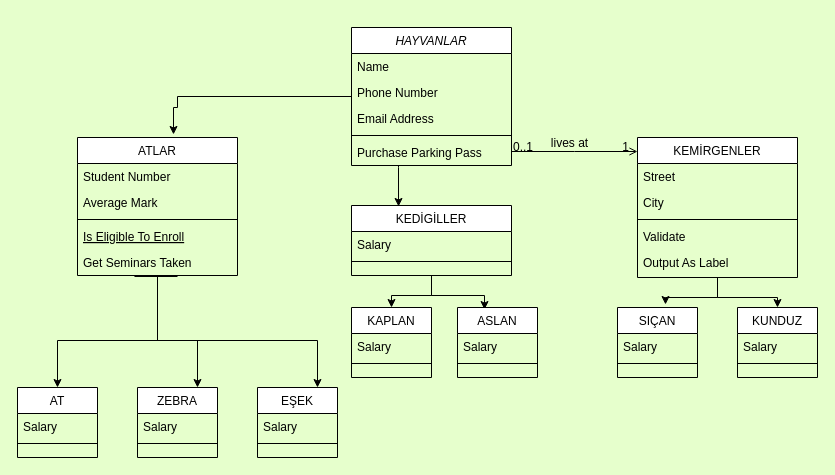
Before: Başlıksız Diyagram.drawio in zehraCoskun/oop-odevleri, a draw.io diagram. Source tidied: cells renumbered, new cells numbered last; positions are measured from the earlier drawing's top-left corner, leaving out a move shared by most shapes. Both pictures are drawn from the tidied source at 100%, with x=0, y=0 at pixel (17, 27).
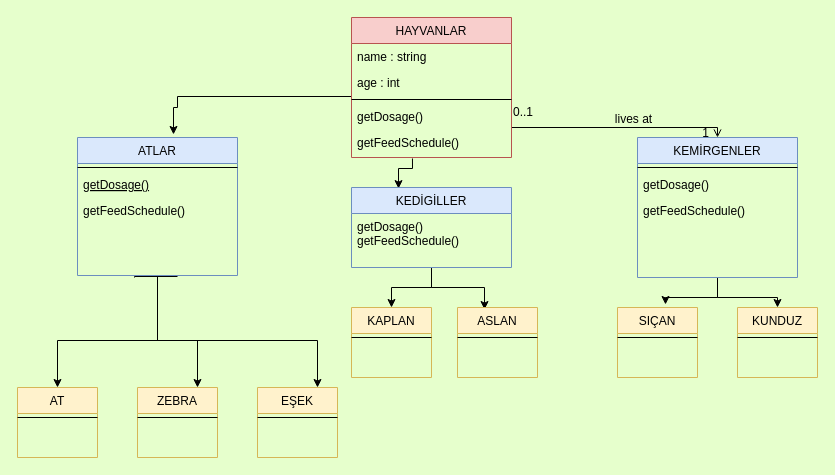
Above is the later version.

Change to the diagram source:
```diff
@@
-    <mxCell id="2" style="edgeStyle=orthogonalEdgeStyle;rounded=0;jettySize=auto;html=1;entryX=0.294;entryY=0.014;entryDx=0;entryDy=0;entryPerimeter=0;" parent="1" edge="1" source="4" target="21">
+    <mxCell id="2" style="edgeStyle=orthogonalEdgeStyle;rounded=0;jettySize=auto;html=1;entryX=0.294;entryY=0.014;entryDx=0;entryDy=0;entryPerimeter=0;exitX=0.381;exitY=1.115;exitDx=0;exitDy=0;exitPerimeter=0;" parent="1" edge="1" source="61" target="21">
       <mxGeometry relative="1" as="geometry">
         <Array as="points">
-          <mxPoint x="381" y="140" />
-          <mxPoint x="381" y="140" />
+          <mxPoint x="381" y="141" />
         </Array>
       </mxGeometry>
     </mxCell>
-    <mxCell id="3" style="edgeStyle=orthogonalEdgeStyle;rounded=0;jettySize=auto;html=1;entryX=0.6;entryY=-0.022;entryDx=0;entryDy=0;entryPerimeter=0;" parent="1" edge="1" source="4" target="13">
+    <mxCell id="3" style="edgeStyle=orthogonalEdgeStyle;rounded=0;jettySize=auto;html=1;entryX=0.6;entryY=-0.022;entryDx=0;entryDy=0;entryPerimeter=0;" parent="1" edge="1" target="13">
       <mxGeometry relative="1" as="geometry">
+        <mxPoint x="334" y="69" as="sourcePoint" />
         <Array as="points">
           <mxPoint x="160" y="69" />
           <mxPoint x="160" y="80" />
           <mxPoint x="156" y="80" />
         </Array>
       </mxGeometry>
     </mxCell>
-    <mxCell id="4" value="HAYVANLAR" style="swimlane;fontStyle=2;align=center;verticalAlign=top;horizontal=1;startSize=26;rounded=0;shadow=0;strokeWidth=1;" parent="1" vertex="1">
-      <mxGeometry x="334" width="160" height="138" as="geometry" />
-    </mxCell>
-    <mxCell id="5" value="Name" style="text;align=left;verticalAlign=top;spacingLeft=4;spacingRight=4;overflow=hidden;" parent="4" vertex="1">
-      <mxGeometry y="26" width="160" height="26" as="geometry" />
-    </mxCell>
-    <mxCell id="6" value="Phone Number" style="text;align=left;verticalAlign=top;spacingLeft=4;spacingRight=4;overflow=hidden;rounded=0;shadow=0;html=0;" parent="4" vertex="1">
-      <mxGeometry y="52" width="160" height="26" as="geometry" />
-    </mxCell>
-    <mxCell id="7" value="Email Address" style="text;align=left;verticalAlign=top;spacingLeft=4;spacingRight=4;overflow=hidden;rounded=0;shadow=0;html=0;" parent="4" vertex="1">
-      <mxGeometry y="78" width="160" height="26" as="geometry" />
-    </mxCell>
-    <mxCell id="8" style="line;html=1;strokeWidth=1;align=left;verticalAlign=middle;spacingTop=-1;spacingLeft=3;spacingRight=3;labelPosition=right;" parent="4" vertex="1">
-      <mxGeometry y="104" width="160" height="8" as="geometry" />
-    </mxCell>
-    <mxCell id="9" value="Purchase Parking Pass" style="text;align=left;verticalAlign=top;spacingLeft=4;spacingRight=4;overflow=hidden;" parent="4" vertex="1">
-      <mxGeometry y="112" width="160" height="26" as="geometry" />
-    </mxCell>
@@
-    <mxCell id="11" style="edgeStyle=orthogonalEdgeStyle;rounded=0;jettySize=auto;html=1;entryX=0.75;entryY=0;entryDx=0;entryDy=0;exitX=0.356;exitY=1.038;exitDx=0;exitDy=0;exitPerimeter=0;" parent="1" edge="1" source="18" target="39">
+    <mxCell id="11" style="edgeStyle=orthogonalEdgeStyle;rounded=0;jettySize=auto;html=1;entryX=0.75;entryY=0;entryDx=0;entryDy=0;" parent="1" edge="1" target="39">
       <mxGeometry relative="1" as="geometry">
+        <mxPoint x="117" y="250" as="sourcePoint" />
         <Array as="points">
           <mxPoint x="140" y="249" />
           <mxPoint x="140" y="313" />
           <mxPoint x="180" y="313" />
         </Array>
       </mxGeometry>
     </mxCell>
-    <mxCell id="12" style="edgeStyle=orthogonalEdgeStyle;rounded=0;jettySize=auto;html=1;entryX=0.75;entryY=0;entryDx=0;entryDy=0;exitX=0.625;exitY=1.038;exitDx=0;exitDy=0;exitPerimeter=0;" parent="1" edge="1" source="18" target="42">
+    <mxCell id="12" style="edgeStyle=orthogonalEdgeStyle;rounded=0;jettySize=auto;html=1;entryX=0.75;entryY=0;entryDx=0;entryDy=0;" parent="1" edge="1" target="42">
       <mxGeometry relative="1" as="geometry">
+        <mxPoint x="160" y="249" as="sourcePoint" />
         <Array as="points">
           <mxPoint x="140" y="249" />
           <mxPoint x="140" y="313" />
           <mxPoint x="300" y="313" />
         </Array>
       </mxGeometry>
     </mxCell>
-    <mxCell id="13" value="ATLAR" style="swimlane;fontStyle=0;align=center;verticalAlign=top;horizontal=1;startSize=26;rounded=0;shadow=0;strokeWidth=1;" parent="1" vertex="1">
+    <mxCell id="13" value="ATLAR" style="swimlane;fontStyle=0;align=center;verticalAlign=top;horizontal=1;startSize=26;rounded=0;shadow=0;strokeWidth=1;fillColor=#dae8fc;strokeColor=#6c8ebf;" parent="1" vertex="1">
       <mxGeometry x="60" y="110" width="160" height="138" as="geometry" />
     </mxCell>
-    <mxCell id="14" value="Student Number" style="text;align=left;verticalAlign=top;spacingLeft=4;spacingRight=4;overflow=hidden;" parent="13" vertex="1">
-      <mxGeometry y="26" width="160" height="26" as="geometry" />
-    </mxCell>
-    <mxCell id="15" value="Average Mark" style="text;align=left;verticalAlign=top;spacingLeft=4;spacingRight=4;overflow=hidden;rounded=0;shadow=0;html=0;" parent="13" vertex="1">
-      <mxGeometry y="52" width="160" height="26" as="geometry" />
-    </mxCell>
     <mxCell id="16" style="line;html=1;strokeWidth=1;align=left;verticalAlign=middle;spacingTop=-1;spacingLeft=3;spacingRight=3;labelPosition=right;" parent="13" vertex="1">
-      <mxGeometry y="78" width="160" height="8" as="geometry" />
+      <mxGeometry y="26" width="160" height="8" as="geometry" />
     </mxCell>
-    <mxCell id="17" value="Is Eligible To Enroll" style="text;align=left;verticalAlign=top;spacingLeft=4;spacingRight=4;overflow=hidden;fontStyle=4;" parent="13" vertex="1">
-      <mxGeometry y="86" width="160" height="26" as="geometry" />
+    <mxCell id="17" value="getDosage()" style="text;align=left;verticalAlign=top;spacingLeft=4;spacingRight=4;overflow=hidden;fontStyle=4;" parent="13" vertex="1">
+      <mxGeometry y="34" width="160" height="26" as="geometry" />
     </mxCell>
-    <mxCell id="18" value="Get Seminars Taken" style="text;align=left;verticalAlign=top;spacingLeft=4;spacingRight=4;overflow=hidden;points=[[0,0.5],[1,0.5]];portConstraint=eastwest;" parent="13" vertex="1">
-      <mxGeometry y="112" width="160" height="26" as="geometry" />
+    <mxCell id="18" value="getFeedSchedule()" style="text;align=left;verticalAlign=top;spacingLeft=4;spacingRight=4;overflow=hidden;points=[[0,0.5],[1,0.5]];portConstraint=eastwest;" parent="13" vertex="1">
+      <mxGeometry y="60" width="160" height="26" as="geometry" />
     </mxCell>
@@
-    <mxCell id="21" value="KEDİGİLLER" style="swimlane;fontStyle=0;align=center;verticalAlign=top;horizontal=1;startSize=26;rounded=0;shadow=0;strokeWidth=1;" parent="1" vertex="1">
-      <mxGeometry x="334" y="178" width="160" height="70" as="geometry" />
+    <mxCell id="21" value="KEDİGİLLER" style="swimlane;fontStyle=0;align=center;verticalAlign=top;horizontal=1;startSize=26;rounded=0;shadow=0;strokeWidth=1;fillColor=#dae8fc;strokeColor=#6c8ebf;" parent="1" vertex="1">
+      <mxGeometry x="334" y="160" width="160" height="80" as="geometry" />
     </mxCell>
-    <mxCell id="22" value="Salary" style="text;align=left;verticalAlign=top;spacingLeft=4;spacingRight=4;overflow=hidden;" parent="21" vertex="1">
-      <mxGeometry y="26" width="160" height="26" as="geometry" />
+    <mxCell id="22" value="getDosage()&#10;getFeedSchedule()" style="text;align=left;verticalAlign=top;spacingLeft=4;spacingRight=4;overflow=hidden;" parent="21" vertex="1">
+      <mxGeometry y="26" width="160" height="44" as="geometry" />
     </mxCell>
-    <mxCell id="23" style="line;html=1;strokeWidth=1;align=left;verticalAlign=middle;spacingTop=-1;spacingLeft=3;spacingRight=3;labelPosition=right;" parent="21" vertex="1">
-      <mxGeometry y="52" width="160" height="8" as="geometry" />
-    </mxCell>
@@
-    <mxCell id="26" value="KEMİRGENLER" style="swimlane;fontStyle=0;align=center;verticalAlign=top;horizontal=1;startSize=26;rounded=0;shadow=0;strokeWidth=1;" parent="1" vertex="1">
+    <mxCell id="26" value="KEMİRGENLER" style="swimlane;fontStyle=0;align=center;verticalAlign=top;horizontal=1;startSize=26;rounded=0;shadow=0;strokeWidth=1;fillColor=#dae8fc;strokeColor=#6c8ebf;" parent="1" vertex="1">
       <mxGeometry x="620" y="110" width="160" height="140" as="geometry" />
     </mxCell>
-    <mxCell id="27" value="Street" style="text;align=left;verticalAlign=top;spacingLeft=4;spacingRight=4;overflow=hidden;" parent="26" vertex="1">
-      <mxGeometry y="26" width="160" height="26" as="geometry" />
-    </mxCell>
-    <mxCell id="28" value="City" style="text;align=left;verticalAlign=top;spacingLeft=4;spacingRight=4;overflow=hidden;rounded=0;shadow=0;html=0;" parent="26" vertex="1">
-      <mxGeometry y="52" width="160" height="26" as="geometry" />
-    </mxCell>
     <mxCell id="29" style="line;html=1;strokeWidth=1;align=left;verticalAlign=middle;spacingTop=-1;spacingLeft=3;spacingRight=3;labelPosition=right;" parent="26" vertex="1">
-      <mxGeometry y="78" width="160" height="8" as="geometry" />
+      <mxGeometry y="26" width="160" height="8" as="geometry" />
     </mxCell>
-    <mxCell id="30" value="Validate" style="text;align=left;verticalAlign=top;spacingLeft=4;spacingRight=4;overflow=hidden;" parent="26" vertex="1">
-      <mxGeometry y="86" width="160" height="26" as="geometry" />
+    <mxCell id="30" value="getDosage()" style="text;align=left;verticalAlign=top;spacingLeft=4;spacingRight=4;overflow=hidden;" parent="26" vertex="1">
+      <mxGeometry y="34" width="160" height="26" as="geometry" />
     </mxCell>
-    <mxCell id="31" value="Output As Label" style="text;align=left;verticalAlign=top;spacingLeft=4;spacingRight=4;overflow=hidden;" parent="26" vertex="1">
-      <mxGeometry y="112" width="160" height="26" as="geometry" />
+    <mxCell id="31" value="getFeedSchedule()" style="text;align=left;verticalAlign=top;spacingLeft=4;spacingRight=4;overflow=hidden;" parent="26" vertex="1">
+      <mxGeometry y="60" width="160" height="26" as="geometry" />
     </mxCell>
-    <mxCell id="32" style="endArrow=open;shadow=0;strokeWidth=1;rounded=0;endFill=1;edgeStyle=elbowEdgeStyle;elbow=vertical;" parent="1" edge="1" source="4" target="26">
+    <mxCell id="32" style="endArrow=open;shadow=0;strokeWidth=1;rounded=0;endFill=1;edgeStyle=elbowEdgeStyle;elbow=vertical;exitX=1;exitY=0.5;exitDx=0;exitDy=0;" parent="1" edge="1" source="60" target="26">
       <mxGeometry x="0.5" y="41" relative="1" as="geometry">
         <mxPoint x="-40" y="32" as="offset" />
       </mxGeometry>
     </mxCell>
@@
-    <mxCell id="36" value="AT" style="swimlane;fontStyle=0;align=center;verticalAlign=top;horizontal=1;startSize=26;rounded=0;shadow=0;strokeWidth=1;" parent="1" vertex="1">
+    <mxCell id="36" value="AT" style="swimlane;fontStyle=0;align=center;verticalAlign=top;horizontal=1;startSize=26;rounded=0;shadow=0;strokeWidth=1;fillColor=#fff2cc;strokeColor=#d6b656;" parent="1" vertex="1">
       <mxGeometry y="360" width="80" height="70" as="geometry" />
     </mxCell>
-    <mxCell id="37" value="Salary" style="text;align=left;verticalAlign=top;spacingLeft=4;spacingRight=4;overflow=hidden;" parent="36" vertex="1">
-      <mxGeometry y="26" width="80" height="26" as="geometry" />
-    </mxCell>
     <mxCell id="38" style="line;html=1;strokeWidth=1;align=left;verticalAlign=middle;spacingTop=-1;spacingLeft=3;spacingRight=3;labelPosition=right;" parent="36" vertex="1">
-      <mxGeometry y="52" width="80" height="8" as="geometry" />
+      <mxGeometry y="26" width="80" height="8" as="geometry" />
     </mxCell>
-    <mxCell id="39" value="ZEBRA" style="swimlane;fontStyle=0;align=center;verticalAlign=top;horizontal=1;startSize=26;rounded=0;shadow=0;strokeWidth=1;" parent="1" vertex="1">
+    <mxCell id="39" value="ZEBRA" style="swimlane;fontStyle=0;align=center;verticalAlign=top;horizontal=1;startSize=26;rounded=0;shadow=0;strokeWidth=1;fillColor=#fff2cc;strokeColor=#d6b656;" parent="1" vertex="1">
       <mxGeometry x="120" y="360" width="80" height="70" as="geometry" />
     </mxCell>
-    <mxCell id="40" value="Salary" style="text;align=left;verticalAlign=top;spacingLeft=4;spacingRight=4;overflow=hidden;" parent="39" vertex="1">
-      <mxGeometry y="26" width="80" height="26" as="geometry" />
-    </mxCell>
     <mxCell id="41" style="line;html=1;strokeWidth=1;align=left;verticalAlign=middle;spacingTop=-1;spacingLeft=3;spacingRight=3;labelPosition=right;" parent="39" vertex="1">
-      <mxGeometry y="52" width="80" height="8" as="geometry" />
+      <mxGeometry y="26" width="80" height="8" as="geometry" />
     </mxCell>
-    <mxCell id="42" value="EŞEK" style="swimlane;fontStyle=0;align=center;verticalAlign=top;horizontal=1;startSize=26;rounded=0;shadow=0;strokeWidth=1;" parent="1" vertex="1">
+    <mxCell id="42" value="EŞEK" style="swimlane;fontStyle=0;align=center;verticalAlign=top;horizontal=1;startSize=26;rounded=0;shadow=0;strokeWidth=1;fillColor=#fff2cc;strokeColor=#d6b656;" parent="1" vertex="1">
       <mxGeometry x="240" y="360" width="80" height="70" as="geometry" />
     </mxCell>
-    <mxCell id="43" value="Salary" style="text;align=left;verticalAlign=top;spacingLeft=4;spacingRight=4;overflow=hidden;" parent="42" vertex="1">
-      <mxGeometry y="26" width="80" height="26" as="geometry" />
-    </mxCell>
     <mxCell id="44" style="line;html=1;strokeWidth=1;align=left;verticalAlign=middle;spacingTop=-1;spacingLeft=3;spacingRight=3;labelPosition=right;" parent="42" vertex="1">
-      <mxGeometry y="52" width="80" height="8" as="geometry" />
+      <mxGeometry y="26" width="80" height="8" as="geometry" />
     </mxCell>
-    <mxCell id="45" value="KAPLAN" style="swimlane;fontStyle=0;align=center;verticalAlign=top;horizontal=1;startSize=26;rounded=0;shadow=0;strokeWidth=1;" parent="1" vertex="1">
+    <mxCell id="45" value="KAPLAN" style="swimlane;fontStyle=0;align=center;verticalAlign=top;horizontal=1;startSize=26;rounded=0;shadow=0;strokeWidth=1;fillColor=#fff2cc;strokeColor=#d6b656;" parent="1" vertex="1">
       <mxGeometry x="334" y="280" width="80" height="70" as="geometry" />
     </mxCell>
-    <mxCell id="46" value="Salary" style="text;align=left;verticalAlign=top;spacingLeft=4;spacingRight=4;overflow=hidden;" parent="45" vertex="1">
-      <mxGeometry y="26" width="80" height="26" as="geometry" />
-    </mxCell>
     <mxCell id="47" style="line;html=1;strokeWidth=1;align=left;verticalAlign=middle;spacingTop=-1;spacingLeft=3;spacingRight=3;labelPosition=right;" parent="45" vertex="1">
-      <mxGeometry y="52" width="80" height="8" as="geometry" />
+      <mxGeometry y="26" width="80" height="8" as="geometry" />
     </mxCell>
-    <mxCell id="48" value="ASLAN" style="swimlane;fontStyle=0;align=center;verticalAlign=top;horizontal=1;startSize=26;rounded=0;shadow=0;strokeWidth=1;" parent="1" vertex="1">
+    <mxCell id="48" value="ASLAN" style="swimlane;fontStyle=0;align=center;verticalAlign=top;horizontal=1;startSize=26;rounded=0;shadow=0;strokeWidth=1;fillColor=#fff2cc;strokeColor=#d6b656;" parent="1" vertex="1">
       <mxGeometry x="440" y="280" width="80" height="70" as="geometry" />
     </mxCell>
-    <mxCell id="49" value="Salary" style="text;align=left;verticalAlign=top;spacingLeft=4;spacingRight=4;overflow=hidden;" parent="48" vertex="1">
-      <mxGeometry y="26" width="80" height="26" as="geometry" />
-    </mxCell>
     <mxCell id="50" style="line;html=1;strokeWidth=1;align=left;verticalAlign=middle;spacingTop=-1;spacingLeft=3;spacingRight=3;labelPosition=right;" parent="48" vertex="1">
-      <mxGeometry y="52" width="80" height="8" as="geometry" />
+      <mxGeometry y="26" width="80" height="8" as="geometry" />
     </mxCell>
-    <mxCell id="51" value="SIÇAN" style="swimlane;fontStyle=0;align=center;verticalAlign=top;horizontal=1;startSize=26;rounded=0;shadow=0;strokeWidth=1;" parent="1" vertex="1">
+    <mxCell id="51" value="SIÇAN" style="swimlane;fontStyle=0;align=center;verticalAlign=top;horizontal=1;startSize=26;rounded=0;shadow=0;strokeWidth=1;fillColor=#fff2cc;strokeColor=#d6b656;" parent="1" vertex="1">
       <mxGeometry x="600" y="280" width="80" height="70" as="geometry" />
     </mxCell>
-    <mxCell id="52" value="Salary" style="text;align=left;verticalAlign=top;spacingLeft=4;spacingRight=4;overflow=hidden;" parent="51" vertex="1">
-      <mxGeometry y="26" width="80" height="26" as="geometry" />
-    </mxCell>
     <mxCell id="53" style="line;html=1;strokeWidth=1;align=left;verticalAlign=middle;spacingTop=-1;spacingLeft=3;spacingRight=3;labelPosition=right;" parent="51" vertex="1">
-      <mxGeometry y="52" width="80" height="8" as="geometry" />
+      <mxGeometry y="26" width="80" height="8" as="geometry" />
     </mxCell>
-    <mxCell id="54" value="KUNDUZ" style="swimlane;fontStyle=0;align=center;verticalAlign=top;horizontal=1;startSize=26;rounded=0;shadow=0;strokeWidth=1;" parent="1" vertex="1">
+    <mxCell id="54" value="KUNDUZ" style="swimlane;fontStyle=0;align=center;verticalAlign=top;horizontal=1;startSize=26;rounded=0;shadow=0;strokeWidth=1;fillColor=#fff2cc;strokeColor=#d6b656;" parent="1" vertex="1">
       <mxGeometry x="720" y="280" width="80" height="70" as="geometry" />
     </mxCell>
-    <mxCell id="55" value="Salary" style="text;align=left;verticalAlign=top;spacingLeft=4;spacingRight=4;overflow=hidden;" parent="54" vertex="1">
-      <mxGeometry y="26" width="80" height="26" as="geometry" />
-    </mxCell>
     <mxCell id="56" style="line;html=1;strokeWidth=1;align=left;verticalAlign=middle;spacingTop=-1;spacingLeft=3;spacingRight=3;labelPosition=right;" parent="54" vertex="1">
-      <mxGeometry y="52" width="80" height="8" as="geometry" />
+      <mxGeometry y="26" width="80" height="8" as="geometry" />
     </mxCell>
+    <mxCell id="4" value="HAYVANLAR" style="swimlane;fontStyle=0;align=center;verticalAlign=top;horizontal=1;startSize=26;rounded=0;shadow=0;strokeWidth=1;fillColor=#f8cecc;strokeColor=#b85450;" parent="1" vertex="1">
+      <mxGeometry x="334" y="-10" width="160" height="140" as="geometry" />
+    </mxCell>
+    <mxCell id="57" value="name : string" style="text;align=left;verticalAlign=top;spacingLeft=4;spacingRight=4;overflow=hidden;" parent="4" vertex="1">
+      <mxGeometry y="26" width="160" height="26" as="geometry" />
+    </mxCell>
+    <mxCell id="58" value="age : int" style="text;align=left;verticalAlign=top;spacingLeft=4;spacingRight=4;overflow=hidden;rounded=0;shadow=0;html=0;" parent="4" vertex="1">
+      <mxGeometry y="52" width="160" height="26" as="geometry" />
+    </mxCell>
+    <mxCell id="59" style="line;html=1;strokeWidth=1;align=left;verticalAlign=middle;spacingTop=-1;spacingLeft=3;spacingRight=3;labelPosition=right;" parent="4" vertex="1">
+      <mxGeometry y="78" width="160" height="8" as="geometry" />
+    </mxCell>
+    <mxCell id="60" value="getDosage()" style="text;align=left;verticalAlign=top;spacingLeft=4;spacingRight=4;overflow=hidden;points=[[0,0.5],[1,0.5]];portConstraint=eastwest;" parent="4" vertex="1">
+      <mxGeometry y="86" width="160" height="26" as="geometry" />
+    </mxCell>
+    <mxCell id="61" value="getFeedSchedule()" style="text;align=left;verticalAlign=top;spacingLeft=4;spacingRight=4;overflow=hidden;points=[[0,0.5],[1,0.5]];portConstraint=eastwest;" parent="4" vertex="1">
+      <mxGeometry y="112" width="160" height="26" as="geometry" />
+    </mxCell>
```
